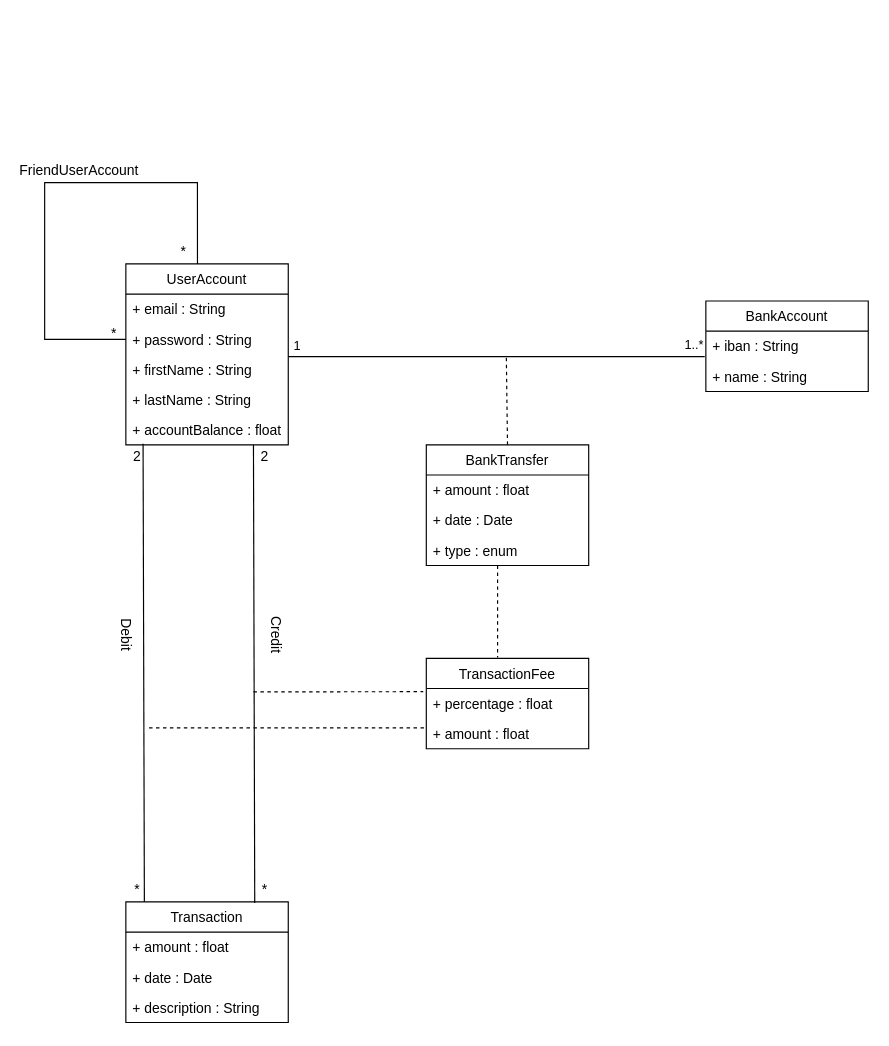
This is page "diagramme_de_classes" (2 of 2) of PayMyBuddy_diagrams.drawio from xhxcx/PayMyBuddy, a draw.io file, before an edit. Source tidied: cells renumbered, new cells numbered last; positions are measured from the earlier drawing's top-left corner, leaving out a move shared by most shapes. Both pictures are drawn from the tidied source at 116%, with x=0, y=0 at pixel (44, 159).
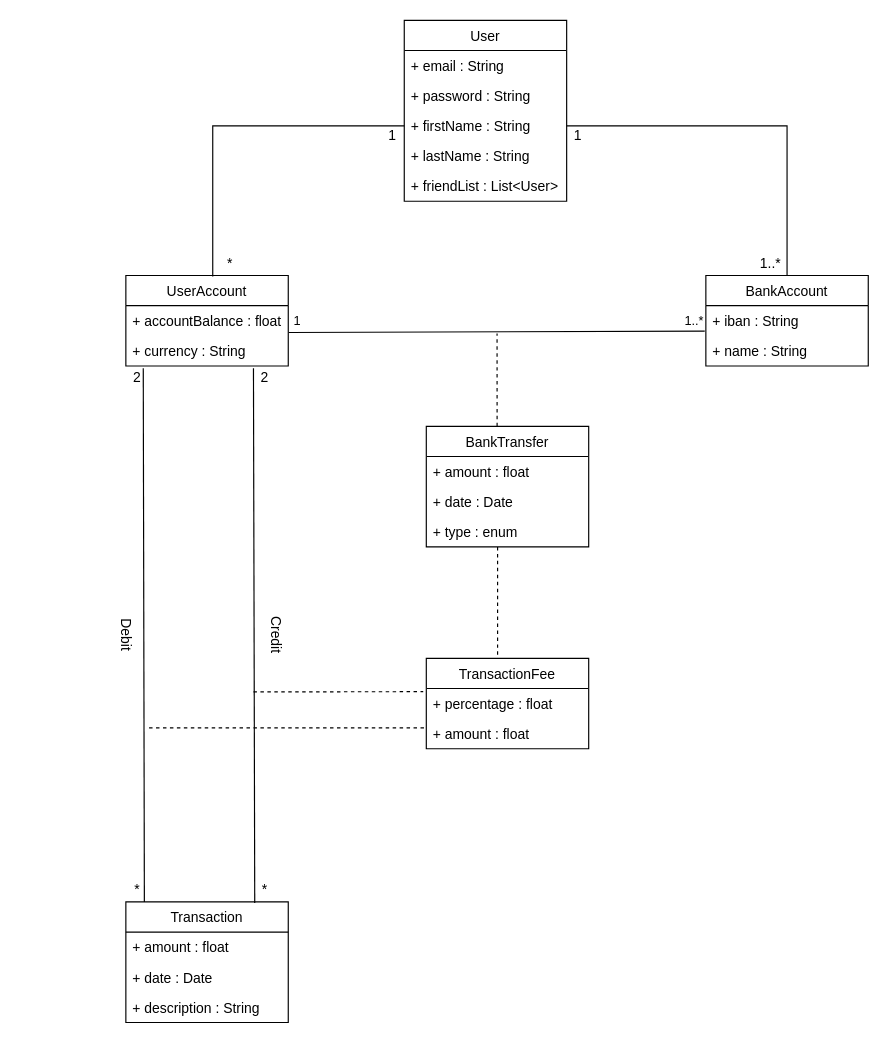
The same page after the edit.

Unchanged cells that the change refers to:
```xml
<mxCell id="10" value="+ iban : String" style="text;strokeColor=none;fillColor=none;align=left;verticalAlign=top;spacingLeft=4;spacingRight=4;overflow=hidden;points=[[0,0.5],[1,0.5]];portConstraint=eastwest;" parent="9" vertex="1">
  <mxGeometry y="26" width="140" height="26" as="geometry" />
</mxCell>
<mxCell id="23" value="Transaction" style="swimlane;fontStyle=0;horizontal=1;startSize=26;fillColor=none;" parent="1" vertex="1">
  <mxGeometry x="70" y="640" width="140" height="104" as="geometry" />
</mxCell>
```

Change to the diagram source:
```diff
@@
     <mxCell id="2" value="UserAccount" style="swimlane;fontStyle=0;horizontal=1;startSize=26;fillColor=none;" parent="1" vertex="1">
-      <mxGeometry x="70" y="90" width="140" height="156" as="geometry" />
+      <mxGeometry x="70" y="100" width="140" height="78" as="geometry" />
     </mxCell>
-    <mxCell id="3" value="+ email : String" style="text;strokeColor=none;fillColor=none;align=left;verticalAlign=top;spacingLeft=4;spacingRight=4;overflow=hidden;" parent="2" vertex="1">
-      <mxGeometry y="26" width="140" height="26" as="geometry" />
-    </mxCell>
-    <mxCell id="4" value="+ password : String" style="text;strokeColor=none;fillColor=none;align=left;verticalAlign=top;spacingLeft=4;spacingRight=4;overflow=hidden;points=[[0,0.5],[1,0.5]];portConstraint=eastwest;" parent="2" vertex="1">
-      <mxGeometry y="52" width="140" height="26" as="geometry" />
-    </mxCell>
-    <mxCell id="5" value="+ firstName : String" style="text;strokeColor=none;fillColor=none;align=left;verticalAlign=top;spacingLeft=4;spacingRight=4;overflow=hidden;points=[[0,0.5],[1,0.5]];portConstraint=eastwest;" parent="2" vertex="1">
-      <mxGeometry y="78" width="140" height="26" as="geometry" />
-    </mxCell>
-    <mxCell id="6" value="+ lastName : String" style="text;strokeColor=none;fillColor=none;align=left;verticalAlign=top;spacingLeft=4;spacingRight=4;overflow=hidden;" parent="2" vertex="1">
-      <mxGeometry y="104" width="140" height="26" as="geometry" />
-    </mxCell>
     <mxCell id="7" value="+ accountBalance : float" style="text;strokeColor=none;fillColor=none;align=left;verticalAlign=top;spacingLeft=4;spacingRight=4;overflow=hidden;points=[[0,0.5],[1,0.5]];portConstraint=eastwest;" parent="2" vertex="1">
-      <mxGeometry y="130" width="140" height="26" as="geometry" />
+      <mxGeometry y="26" width="140" height="26" as="geometry" />
     </mxCell>
-    <mxCell id="8" style="endArrow=none;html=1;edgeStyle=orthogonalEdgeStyle;rounded=0;exitX=0.441;exitY=0.001;exitDx=0;exitDy=0;exitPerimeter=0;entryX=0;entryY=0.5;entryDx=0;entryDy=0;" parent="2" edge="1" source="2" target="4">
-      <mxGeometry relative="1" as="geometry">
-        <Array as="points">
-          <mxPoint x="62" y="-70" />
-          <mxPoint x="-70" y="-70" />
-          <mxPoint x="-70" y="65" />
-        </Array>
-      </mxGeometry>
-    </mxCell>
+    <mxCell id="41" value="+ currency : String" style="text;strokeColor=none;fillColor=none;align=left;verticalAlign=top;spacingLeft=4;spacingRight=4;overflow=hidden;" parent="2" vertex="1">
+      <mxGeometry y="52" width="140" height="26" as="geometry" />
+    </mxCell>
     <mxCell id="9" value="BankAccount" style="swimlane;fontStyle=0;horizontal=1;startSize=26;fillColor=none;" parent="1" vertex="1">
-      <mxGeometry x="570" y="122" width="140" height="78" as="geometry" />
+      <mxGeometry x="570" y="100" width="140" height="78" as="geometry" />
     </mxCell>
@@
-    <mxCell id="12" style="endArrow=none;endFill=0;html=1;align=left;verticalAlign=top;exitX=1;exitY=0.077;exitDx=0;exitDy=0;exitPerimeter=0;entryX=-0.007;entryY=0.846;entryDx=0;entryDy=0;entryPerimeter=0;rounded=0;" parent="1" edge="1" source="5" target="10">
+    <mxCell id="12" style="endArrow=none;endFill=0;html=1;align=left;verticalAlign=top;exitX=1.003;exitY=0.889;exitDx=0;exitDy=0;exitPerimeter=0;entryX=-0.007;entryY=0.846;entryDx=0;entryDy=0;entryPerimeter=0;rounded=0;" parent="1" edge="1" source="7" target="10">
       <mxGeometry x="-1" relative="1" as="geometry" />
     </mxCell>
@@
     <mxCell id="14" value="1" style="edgeLabel;html=1;align=left;verticalAlign=bottom;" parent="1" vertex="1">
-      <mxGeometry x="370" y="200" as="geometry">
+      <mxGeometry x="370" y="178" as="geometry">
         <mxPoint x="-157" y="-31" as="offset" />
       </mxGeometry>
     </mxCell>
     <mxCell id="15" value="BankTransfer" style="swimlane;fontStyle=0;horizontal=1;startSize=26;fillColor=none;" parent="1" vertex="1">
-      <mxGeometry x="329" y="246" width="140" height="104" as="geometry" />
+      <mxGeometry x="329" y="230" width="140" height="104" as="geometry" />
     </mxCell>
@@
-    <mxCell id="19" style="html=1;verticalAlign=bottom;endArrow=none;dashed=1;endSize=8;exitX=0.5;exitY=0;exitDx=0;exitDy=0;endFill=0;" parent="1" edge="1" source="15">
+    <mxCell id="19" style="html=1;verticalAlign=bottom;endArrow=none;dashed=1;endSize=8;endFill=0;exitX=0.436;exitY=0;exitDx=0;exitDy=0;exitPerimeter=0;" parent="1" edge="1" source="15">
       <mxGeometry relative="1" as="geometry">
-        <mxPoint x="398" y="170" as="targetPoint" />
+        <mxPoint x="390" y="150" as="targetPoint" />
       </mxGeometry>
     </mxCell>
-    <mxCell id="20" value="FriendUserAccount" style="text;html=1;strokeColor=none;fillColor=none;align=center;verticalAlign=middle;whiteSpace=wrap;rounded=0;" parent="1" vertex="1">
-      <mxGeometry x="10" width="40" height="20" as="geometry" />
-    </mxCell>
-    <mxCell id="21" value="*" style="text;html=1;strokeColor=none;fillColor=none;align=center;verticalAlign=middle;whiteSpace=wrap;rounded=0;" parent="1" vertex="1">
-      <mxGeometry x="100" y="70" width="40" height="20" as="geometry" />
-    </mxCell>
-    <mxCell id="22" value="*" style="text;html=1;strokeColor=none;fillColor=none;align=center;verticalAlign=middle;whiteSpace=wrap;rounded=0;" parent="1" vertex="1">
-      <mxGeometry x="40" y="140" width="40" height="20" as="geometry" />
-    </mxCell>
@@
-    <mxCell id="27" style="endArrow=none;html=1;entryX=0.106;entryY=0.96;entryDx=0;entryDy=0;entryPerimeter=0;exitX=0.114;exitY=0;exitDx=0;exitDy=0;exitPerimeter=0;" parent="1" edge="1" source="23" target="7">
-      <mxGeometry relative="1" as="geometry" />
+    <mxCell id="27" style="endArrow=none;html=1;exitX=0.114;exitY=0;exitDx=0;exitDy=0;exitPerimeter=0;" parent="1" edge="1" source="23">
+      <mxGeometry relative="1" as="geometry">
+        <mxPoint x="85" y="180" as="targetPoint" />
+      </mxGeometry>
     </mxCell>
-    <mxCell id="28" style="endArrow=none;html=1;entryX=0.106;entryY=0.96;entryDx=0;entryDy=0;entryPerimeter=0;exitX=0.114;exitY=0;exitDx=0;exitDy=0;exitPerimeter=0;" parent="1" edge="1">
+    <mxCell id="28" style="endArrow=none;html=1;exitX=0.114;exitY=0;exitDx=0;exitDy=0;exitPerimeter=0;" parent="1" edge="1">
       <mxGeometry relative="1" as="geometry">
         <mxPoint x="181.1" y="641" as="sourcePoint" />
-        <mxPoint x="180" y="246" as="targetPoint" />
+        <mxPoint x="180" y="180" as="targetPoint" />
       </mxGeometry>
     </mxCell>
@@
     <mxCell id="37" value="2" style="text;html=1;strokeColor=none;fillColor=none;align=center;verticalAlign=middle;whiteSpace=wrap;rounded=0;" parent="1" vertex="1">
-      <mxGeometry x="170" y="246" width="40" height="20" as="geometry" />
+      <mxGeometry x="170" y="178" width="40" height="20" as="geometry" />
     </mxCell>
@@
     <mxCell id="39" value="2" style="text;html=1;strokeColor=none;fillColor=none;align=center;verticalAlign=middle;whiteSpace=wrap;rounded=0;" parent="1" vertex="1">
-      <mxGeometry x="60" y="246" width="40" height="20" as="geometry" />
+      <mxGeometry x="60" y="178" width="40" height="20" as="geometry" />
     </mxCell>
@@
+    <mxCell id="42" value="User" style="swimlane;fontStyle=0;horizontal=1;startSize=26;fillColor=none;" parent="1" vertex="1">
+      <mxGeometry x="310" y="-120" width="140" height="156" as="geometry" />
+    </mxCell>
+    <mxCell id="3" value="+ email : String" style="text;strokeColor=none;fillColor=none;align=left;verticalAlign=top;spacingLeft=4;spacingRight=4;overflow=hidden;" parent="42" vertex="1">
+      <mxGeometry y="26" width="140" height="26" as="geometry" />
+    </mxCell>
+    <mxCell id="4" value="+ password : String" style="text;strokeColor=none;fillColor=none;align=left;verticalAlign=top;spacingLeft=4;spacingRight=4;overflow=hidden;points=[[0,0.5],[1,0.5]];portConstraint=eastwest;" parent="42" vertex="1">
+      <mxGeometry y="52" width="140" height="26" as="geometry" />
+    </mxCell>
+    <mxCell id="5" value="+ firstName : String" style="text;strokeColor=none;fillColor=none;align=left;verticalAlign=top;spacingLeft=4;spacingRight=4;overflow=hidden;points=[[0,0.5],[1,0.5]];portConstraint=eastwest;" parent="42" vertex="1">
+      <mxGeometry y="78" width="140" height="26" as="geometry" />
+    </mxCell>
+    <mxCell id="6" value="+ lastName : String" style="text;strokeColor=none;fillColor=none;align=left;verticalAlign=top;spacingLeft=4;spacingRight=4;overflow=hidden;" parent="42" vertex="1">
+      <mxGeometry y="104" width="140" height="26" as="geometry" />
+    </mxCell>
+    <mxCell id="43" value="+ friendList : List&lt;User&gt;" style="text;strokeColor=none;fillColor=none;align=left;verticalAlign=top;spacingLeft=4;spacingRight=4;overflow=hidden;" parent="42" vertex="1">
+      <mxGeometry y="130" width="140" height="26" as="geometry" />
+    </mxCell>
+    <mxCell id="44" style="endArrow=none;html=1;entryX=0;entryY=0.5;entryDx=0;entryDy=0;exitX=0.535;exitY=0.011;exitDx=0;exitDy=0;exitPerimeter=0;edgeStyle=orthogonalEdgeStyle;rounded=0;" parent="1" edge="1" source="2" target="5">
+      <mxGeometry relative="1" as="geometry" />
+    </mxCell>
+    <mxCell id="45" style="endArrow=none;html=1;entryX=1;entryY=0.5;entryDx=0;entryDy=0;exitX=0.5;exitY=0;exitDx=0;exitDy=0;edgeStyle=orthogonalEdgeStyle;rounded=0;" parent="1" edge="1" source="9" target="5">
+      <mxGeometry relative="1" as="geometry" />
+    </mxCell>
+    <mxCell id="46" value="1" style="text;html=1;strokeColor=none;fillColor=none;align=center;verticalAlign=middle;whiteSpace=wrap;rounded=0;" parent="1" vertex="1">
+      <mxGeometry x="280" y="-30" width="40" height="20" as="geometry" />
+    </mxCell>
+    <mxCell id="47" value="*" style="text;html=1;strokeColor=none;fillColor=none;align=center;verticalAlign=middle;whiteSpace=wrap;rounded=0;" parent="1" vertex="1">
+      <mxGeometry x="140" y="80" width="40" height="20" as="geometry" />
+    </mxCell>
+    <mxCell id="48" value="1" style="text;html=1;strokeColor=none;fillColor=none;align=center;verticalAlign=middle;whiteSpace=wrap;rounded=0;" parent="1" vertex="1">
+      <mxGeometry x="440" y="-30" width="40" height="20" as="geometry" />
+    </mxCell>
+    <mxCell id="49" value="1..*" style="text;html=1;strokeColor=none;fillColor=none;align=center;verticalAlign=middle;whiteSpace=wrap;rounded=0;" parent="1" vertex="1">
+      <mxGeometry x="606" y="80" width="40" height="20" as="geometry" />
+    </mxCell>
```
